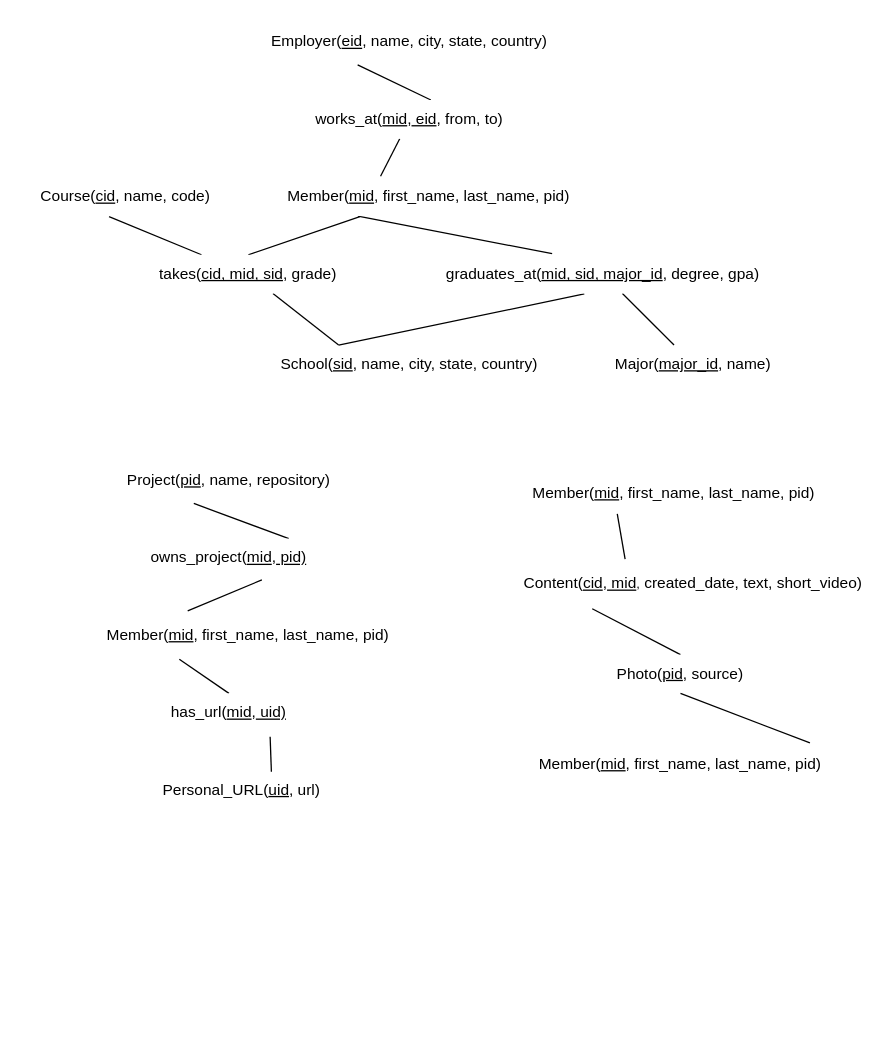
Before: src/public/Documents/Schema Mapping.drawio in Pikalot/family-hub, a draw.io diagram. Source tidied: cells renumbered, new cells numbered last; positions are measured from the earlier drawing's top-left corner, leaving out a move shared by most shapes. Both pictures are drawn from the tidied source at 129%, with x=0, y=0 at pixel (22, 22).
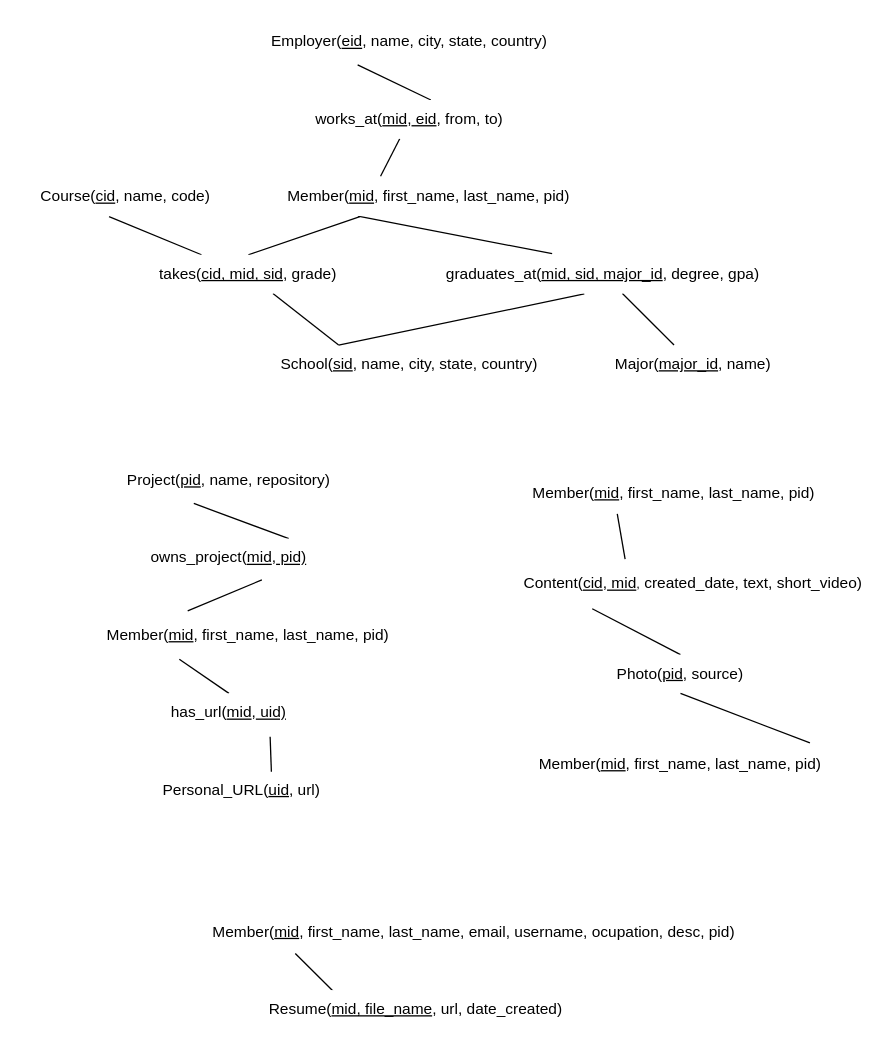
Above is the later version.

Change to the diagram source:
```diff
@@
-<mxGraphModel>
+<mxGraphModel background="#ffffff">
@@
+    <mxCell id="34" value="Member(&lt;u&gt;mid&lt;/u&gt;, first_name, last_name, email, username, ocupation, desc, pid)" style="rounded=0;whiteSpace=wrap;html=1;strokeColor=none;" parent="1" vertex="1">
+      <mxGeometry x="140" y="690" width="420" height="30" as="geometry" />
+    </mxCell>
+    <mxCell id="35" style="edgeStyle=none;html=1;entryX=0.17;entryY=1.053;entryDx=0;entryDy=0;entryPerimeter=0;endArrow=none;endFill=0;exitX=0.28;exitY=0.333;exitDx=0;exitDy=0;exitPerimeter=0;" parent="1" edge="1" source="36" target="34">
+      <mxGeometry relative="1" as="geometry" />
+    </mxCell>
+    <mxCell id="36" value="Resume(&lt;u&gt;mid, file_name&lt;/u&gt;, url, date_created)" style="rounded=0;whiteSpace=wrap;html=1;strokeColor=none;" parent="1" vertex="1">
+      <mxGeometry x="180" y="750" width="250" height="30" as="geometry" />
+    </mxCell>
```
